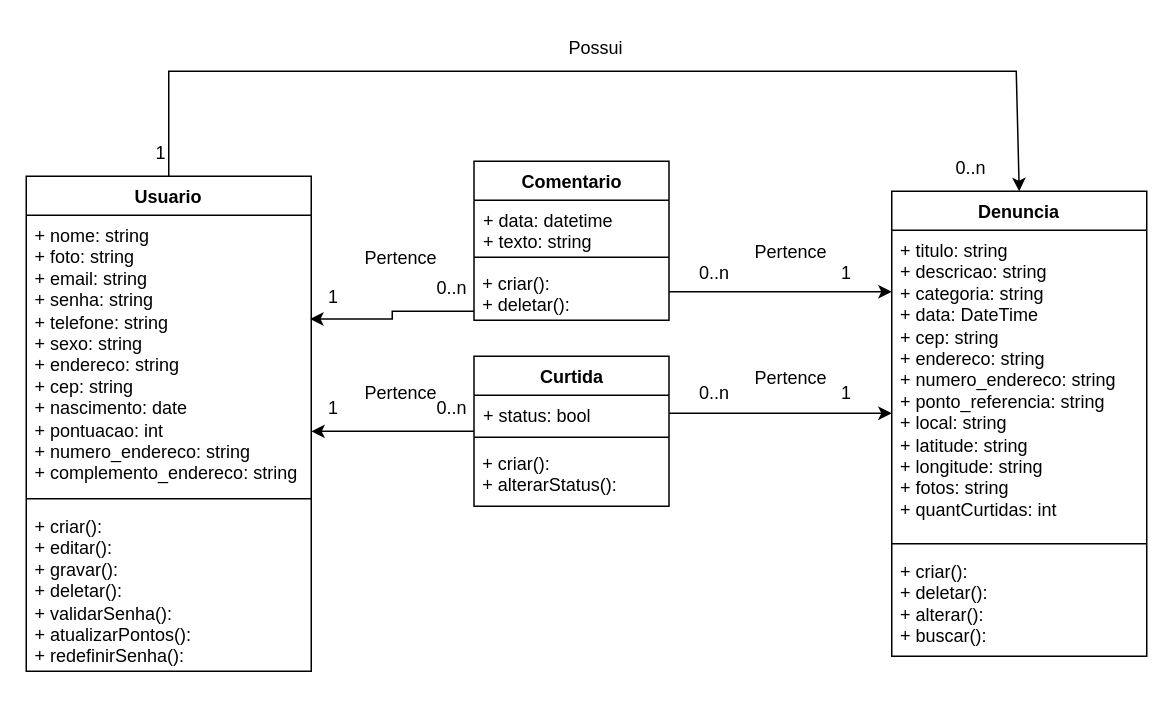
Before: Documentação/Diagramas/Diagrama de Classes.drawio in frsouzaa/Documentacao-TCC-NossaVia, a draw.io diagram. Source tidied: cells renumbered, new cells numbered last; positions are measured from the earlier drawing's top-left corner, leaving out a move shared by most shapes. Both pictures are drawn from the tidied source at 150%, with x=0, y=0 at pixel (26, 26).
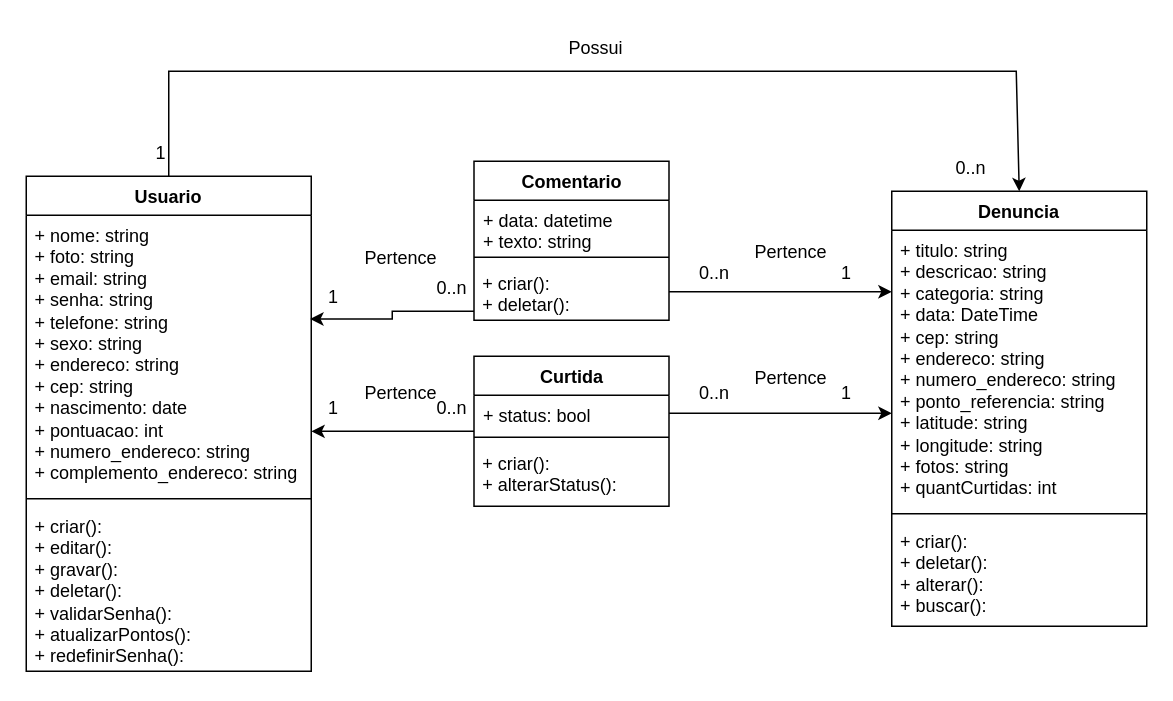
After the change.

What changed in the source:
```diff
@@
     <mxCell id="6" value="Denuncia" style="swimlane;fontStyle=1;align=center;verticalAlign=top;horizontal=1;startSize=26;whiteSpace=wrap;html=1;" parent="1" vertex="1">
-      <mxGeometry x="577" y="110" width="170" height="310" as="geometry" />
+      <mxGeometry x="577" y="110" width="170" height="290" as="geometry" />
     </mxCell>
-    <mxCell id="7" value="&lt;div&gt;&lt;span style=&quot;text-wrap: nowrap;&quot;&gt;+ titulo: string&lt;/span&gt;&lt;br style=&quot;padding: 0px; margin: 0px; text-wrap: nowrap;&quot;&gt;&lt;span style=&quot;text-wrap: nowrap;&quot;&gt;+ descricao: string&lt;/span&gt;&lt;br style=&quot;padding: 0px; margin: 0px; text-wrap: nowrap;&quot;&gt;&lt;span style=&quot;text-wrap: nowrap;&quot;&gt;+ categoria: string&lt;/span&gt;&lt;br style=&quot;padding: 0px; margin: 0px; text-wrap: nowrap;&quot;&gt;&lt;span style=&quot;text-wrap: nowrap;&quot;&gt;+ data: DateTime&lt;/span&gt;&lt;/div&gt;&lt;div&gt;+&amp;nbsp;&lt;span style=&quot;text-wrap: nowrap; background-color: initial;&quot;&gt;cep: string&lt;/span&gt;&lt;/div&gt;&lt;div&gt;&lt;span style=&quot;text-wrap: nowrap;&quot;&gt;+ endereco: string&lt;/span&gt;&lt;br style=&quot;text-wrap: nowrap;&quot;&gt;&lt;span style=&quot;text-wrap: nowrap;&quot;&gt;+ numero_endereco: string&lt;/span&gt;&lt;/div&gt;&lt;div&gt;&lt;span style=&quot;text-wrap: nowrap;&quot;&gt;+&amp;nbsp;&lt;/span&gt;&lt;span style=&quot;text-wrap: nowrap; background-color: initial;&quot;&gt;ponto_referencia: string&lt;/span&gt;&lt;div style=&quot;text-wrap: nowrap;&quot;&gt;&lt;/div&gt;&lt;span style=&quot;text-wrap: nowrap;&quot;&gt;+ local: string&lt;/span&gt;&lt;br style=&quot;padding: 0px; margin: 0px; text-wrap: nowrap;&quot;&gt;&lt;span style=&quot;text-wrap: nowrap;&quot;&gt;+ latitude: string&lt;/span&gt;&lt;br style=&quot;padding: 0px; margin: 0px; text-wrap: nowrap;&quot;&gt;&lt;span style=&quot;text-wrap: nowrap;&quot;&gt;+ longitude: string&lt;/span&gt;&lt;br style=&quot;padding: 0px; margin: 0px; text-wrap: nowrap;&quot;&gt;&lt;span style=&quot;text-wrap: nowrap;&quot;&gt;+ fotos: string&lt;/span&gt;&lt;br style=&quot;padding: 0px; margin: 0px; text-wrap: nowrap;&quot;&gt;&lt;span style=&quot;text-wrap: nowrap;&quot;&gt;+ quantCurtidas: int&lt;/span&gt;&lt;br&gt;&lt;/div&gt;" style="text;strokeColor=none;fillColor=none;align=left;verticalAlign=top;spacingLeft=4;spacingRight=4;overflow=hidden;whiteSpace=wrap;html=1;" parent="6" vertex="1">
-      <mxGeometry y="26" width="170" height="204" as="geometry" />
+    <mxCell id="7" value="&lt;div&gt;&lt;span style=&quot;text-wrap: nowrap;&quot;&gt;+ titulo: string&lt;/span&gt;&lt;br style=&quot;padding: 0px; margin: 0px; text-wrap: nowrap;&quot;&gt;&lt;span style=&quot;text-wrap: nowrap;&quot;&gt;+ descricao: string&lt;/span&gt;&lt;br style=&quot;padding: 0px; margin: 0px; text-wrap: nowrap;&quot;&gt;&lt;span style=&quot;text-wrap: nowrap;&quot;&gt;+ categoria: string&lt;/span&gt;&lt;br style=&quot;padding: 0px; margin: 0px; text-wrap: nowrap;&quot;&gt;&lt;span style=&quot;text-wrap: nowrap;&quot;&gt;+ data: DateTime&lt;/span&gt;&lt;/div&gt;&lt;div&gt;+&amp;nbsp;&lt;span style=&quot;text-wrap: nowrap; background-color: initial;&quot;&gt;cep: string&lt;/span&gt;&lt;/div&gt;&lt;div&gt;&lt;span style=&quot;text-wrap: nowrap;&quot;&gt;+ endereco: string&lt;/span&gt;&lt;br style=&quot;text-wrap: nowrap;&quot;&gt;&lt;span style=&quot;text-wrap: nowrap;&quot;&gt;+ numero_endereco: string&lt;/span&gt;&lt;/div&gt;&lt;div&gt;&lt;span style=&quot;text-wrap: nowrap;&quot;&gt;+&amp;nbsp;&lt;/span&gt;&lt;span style=&quot;text-wrap: nowrap; background-color: initial;&quot;&gt;ponto_referencia: string&lt;/span&gt;&lt;br style=&quot;padding: 0px; margin: 0px; text-wrap: nowrap;&quot;&gt;&lt;span style=&quot;text-wrap: nowrap;&quot;&gt;+ latitude: string&lt;/span&gt;&lt;br style=&quot;padding: 0px; margin: 0px; text-wrap: nowrap;&quot;&gt;&lt;span style=&quot;text-wrap: nowrap;&quot;&gt;+ longitude: string&lt;/span&gt;&lt;br style=&quot;padding: 0px; margin: 0px; text-wrap: nowrap;&quot;&gt;&lt;span style=&quot;text-wrap: nowrap;&quot;&gt;+ fotos: string&lt;/span&gt;&lt;br style=&quot;padding: 0px; margin: 0px; text-wrap: nowrap;&quot;&gt;&lt;span style=&quot;text-wrap: nowrap;&quot;&gt;+ quantCurtidas: int&lt;/span&gt;&lt;br&gt;&lt;/div&gt;" style="text;strokeColor=none;fillColor=none;align=left;verticalAlign=top;spacingLeft=4;spacingRight=4;overflow=hidden;whiteSpace=wrap;html=1;" parent="6" vertex="1">
+      <mxGeometry y="26" width="170" height="184" as="geometry" />
     </mxCell>
     <mxCell id="8" style="line;strokeWidth=1;fillColor=none;align=left;verticalAlign=middle;spacingTop=-1;spacingLeft=3;spacingRight=3;labelPosition=right;strokeColor=inherit;" parent="6" vertex="1">
-      <mxGeometry y="230" width="170" height="10" as="geometry" />
+      <mxGeometry y="210" width="170" height="10" as="geometry" />
     </mxCell>
     <mxCell id="9" value="+ criar():&amp;nbsp;&lt;br style=&quot;padding: 0px; margin: 0px;&quot;&gt;&lt;span style=&quot;&quot;&gt;+ deletar():&amp;nbsp;&lt;/span&gt;&lt;br style=&quot;padding: 0px; margin: 0px;&quot;&gt;+ alterar():&lt;br&gt;+ buscar():&lt;span style=&quot;&quot;&gt;&amp;nbsp;&lt;/span&gt;&lt;br style=&quot;padding: 0px; margin: 0px;&quot;&gt;" style="text;strokeColor=none;fillColor=none;align=left;verticalAlign=top;spacingLeft=4;spacingRight=4;overflow=hidden;whiteSpace=wrap;html=1;" parent="6" vertex="1">
-      <mxGeometry y="240" width="170" height="70" as="geometry" />
+      <mxGeometry y="220" width="170" height="70" as="geometry" />
     </mxCell>
```
